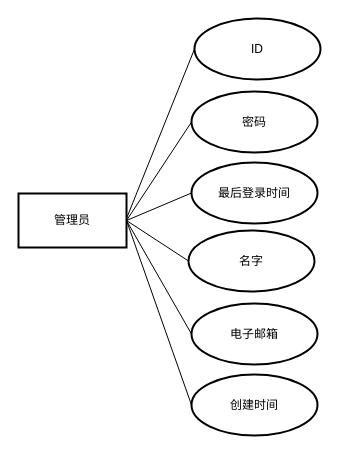
Before: page "第 2 页" (2 of 9) of 未命名绘图.drawio in bcxdawn222/Bank, a draw.io diagram. Source tidied: cells renumbered, new cells numbered last; positions are measured from the earlier drawing's top-left corner, leaving out a move shared by most shapes. Both pictures are drawn from the tidied source at 100%, with x=0, y=0 at pixel (18, 18).
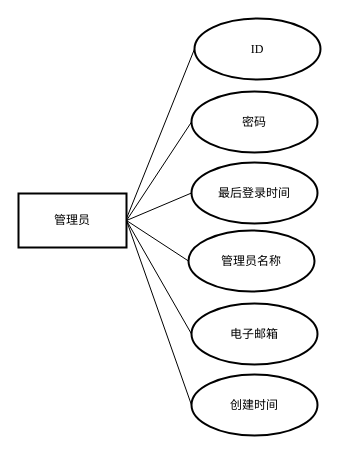
After the change.

What changed in the source:
```diff
@@
 <mxGraphModel>
   <root>
     <mxCell id="0" />
     <mxCell id="1" parent="0" />
     <mxCell id="2" value="管理员" style="whiteSpace=wrap;strokeWidth=2;fontFamily=宋体;" parent="1" vertex="1">
       <mxGeometry y="175" width="108" height="54" as="geometry" />
     </mxCell>
     <mxCell id="3" style="curved=1;startArrow=none;endArrow=block;exitX=0;exitY=0.57;entryX=0.5;entryY=0;rounded=0;" parent="1" edge="1">
       <mxGeometry relative="1" as="geometry">
         <mxPoint x="284" y="625" as="targetPoint" />
         <Array as="points">
           <mxPoint x="504" y="260" />
         </Array>
       </mxGeometry>
     </mxCell>
-    <mxCell id="4" value="ID" style="ellipse;whiteSpace=wrap;html=1;strokeWidth=2;fontFamily=宋体;" parent="1" vertex="1">
+    <mxCell id="4" value="&lt;font face=&quot;Times New Roman&quot;&gt;ID&lt;/font&gt;" style="ellipse;whiteSpace=wrap;html=1;strokeWidth=2;fontFamily=宋体;" parent="1" vertex="1">
       <mxGeometry x="176" width="126" height="61" as="geometry" />
     </mxCell>
     <mxCell id="5" value="最后登录时间" style="ellipse;whiteSpace=wrap;html=1;strokeWidth=2;fontFamily=宋体;" parent="1" vertex="1">
       <mxGeometry x="173" y="144" width="126" height="61" as="geometry" />
     </mxCell>
     <mxCell id="6" value="电子邮箱" style="ellipse;whiteSpace=wrap;html=1;strokeWidth=2;fontFamily=宋体;" parent="1" vertex="1">
       <mxGeometry x="173" y="285" width="126" height="61" as="geometry" />
     </mxCell>
     <mxCell id="7" value="密码" style="ellipse;whiteSpace=wrap;html=1;strokeWidth=2;fontFamily=宋体;" parent="1" vertex="1">
       <mxGeometry x="173" y="73" width="126" height="61" as="geometry" />
     </mxCell>
-    <mxCell id="8" value="名字" style="ellipse;whiteSpace=wrap;html=1;strokeWidth=2;fontFamily=宋体;" parent="1" vertex="1">
+    <mxCell id="8" value="管理员名称" style="ellipse;whiteSpace=wrap;html=1;strokeWidth=2;fontFamily=宋体;" parent="1" vertex="1">
       <mxGeometry x="170" y="212" width="126" height="61" as="geometry" />
     </mxCell>
     <mxCell id="9" value="创建时间" style="ellipse;whiteSpace=wrap;html=1;strokeWidth=2;fontFamily=宋体;" parent="1" vertex="1">
       <mxGeometry x="173" y="356" width="126" height="61" as="geometry" />
     </mxCell>
     <mxCell id="10" style="endArrow=none;html=1;rounded=0;entryX=0;entryY=0.5;entryDx=0;entryDy=0;fontFamily=宋体;" parent="1" edge="1" target="4">
       <mxGeometry relative="1" as="geometry">
         <mxPoint x="108" y="200" as="sourcePoint" />
       </mxGeometry>
     </mxCell>
     <mxCell id="11" style="endArrow=none;html=1;rounded=0;entryX=0;entryY=0.5;entryDx=0;entryDy=0;exitX=1;exitY=0.5;exitDx=0;exitDy=0;fontFamily=宋体;" parent="1" edge="1" source="2" target="7">
       <mxGeometry relative="1" as="geometry" />
     </mxCell>
     <mxCell id="12" style="endArrow=none;html=1;rounded=0;entryX=0;entryY=0.5;entryDx=0;entryDy=0;exitX=1;exitY=0.5;exitDx=0;exitDy=0;fontFamily=宋体;" parent="1" edge="1" source="2" target="5">
       <mxGeometry relative="1" as="geometry" />
     </mxCell>
     <mxCell id="13" style="endArrow=none;html=1;rounded=0;exitX=1;exitY=0.5;exitDx=0;exitDy=0;entryX=0;entryY=0.5;entryDx=0;entryDy=0;fontFamily=宋体;" parent="1" edge="1" source="2" target="8">
       <mxGeometry relative="1" as="geometry" />
     </mxCell>
     <mxCell id="14" style="endArrow=none;html=1;rounded=0;exitX=1;exitY=0.5;exitDx=0;exitDy=0;entryX=0;entryY=0.5;entryDx=0;entryDy=0;fontFamily=宋体;" parent="1" edge="1" source="2" target="6">
       <mxGeometry relative="1" as="geometry" />
     </mxCell>
     <mxCell id="15" style="endArrow=none;html=1;rounded=0;entryX=1;entryY=0.5;entryDx=0;entryDy=0;exitX=0;exitY=0.5;exitDx=0;exitDy=0;fontFamily=宋体;" parent="1" edge="1" source="9" target="2">
       <mxGeometry relative="1" as="geometry" />
     </mxCell>
   </root>
 </mxGraphModel>
```
